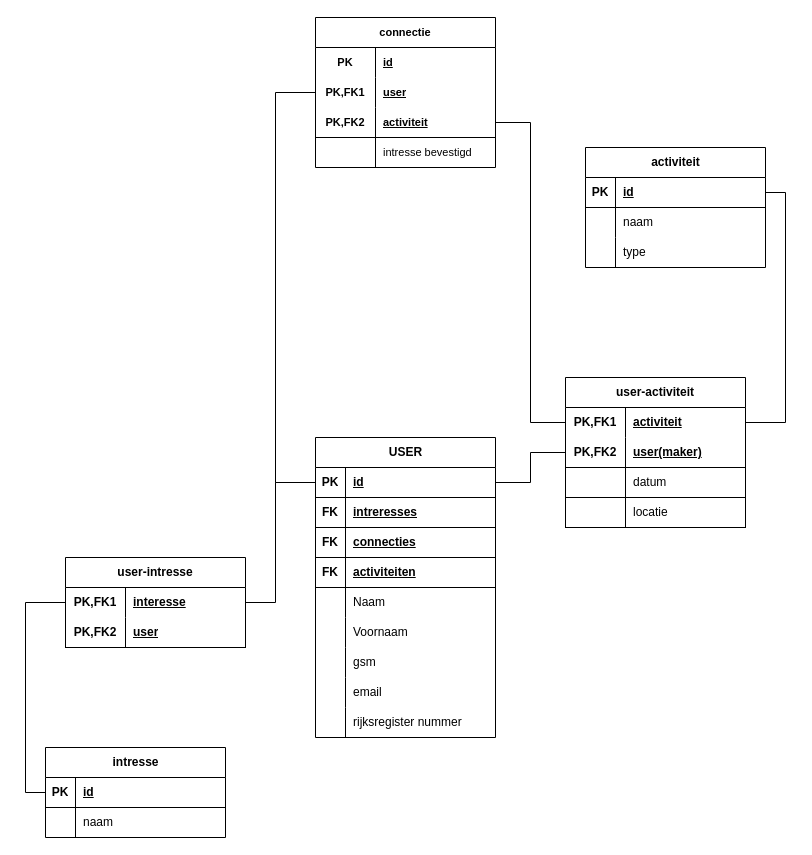
Earlier version of the draw.io diagram analysis/datamodel.drawio (UCLL-Full-stack/project2425-group6-15). Source tidied: cells renumbered, new cells numbered last; positions are measured from the earlier drawing's top-left corner, leaving out a move shared by most shapes. Both pictures are drawn from the tidied source at 100%, with x=0, y=0 at pixel (25, 17).
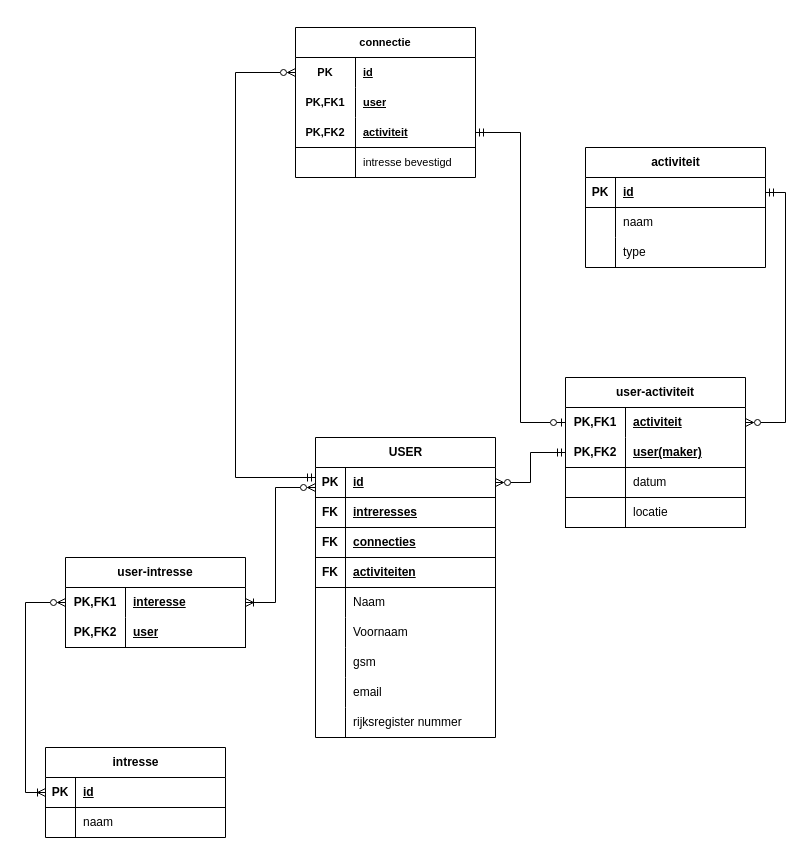
After the change.

Commit message:
datamodel relaties toegevoegd aan logish model

The change refers to these unchanged cells:
```xml
<mxCell id="3" style="shape=tableRow;horizontal=0;startSize=0;swimlaneHead=0;swimlaneBody=0;fillColor=none;points=[[0,0.5],[1,0.5]];portConstraint=eastwest;top=0;left=0;right=0;bottom=1;" parent="2" vertex="1">
  <mxGeometry y="30" width="180" height="30" as="geometry" />
</mxCell>
<mxCell id="31" style="shape=tableRow;horizontal=0;startSize=0;swimlaneHead=0;swimlaneBody=0;fillColor=none;points=[[0,0.5],[1,0.5]];portConstraint=eastwest;top=0;left=0;right=0;bottom=1;" parent="30" vertex="1">
  <mxGeometry y="30" width="180" height="30" as="geometry" />
</mxCell>
<mxCell id="41" value="intresse" style="shape=table;startSize=30;childLayout=tableLayout;rowLines=0;fontStyle=1;align=center;html=1;" parent="1" vertex="1">
  <mxGeometry x="20" y="730" width="180" height="90" as="geometry" />
</mxCell>
<mxCell id="49" style="shape=tableRow;horizontal=0;startSize=0;swimlaneHead=0;swimlaneBody=0;fillColor=none;points=[[0,0.5],[1,0.5]];portConstraint=eastwest;top=0;left=0;right=0;bottom=0;html=1;" parent="48" vertex="1">
  <mxGeometry y="30" width="180" height="30" as="geometry" />
</mxCell>
<mxCell id="57" style="shape=tableRow;horizontal=0;startSize=0;swimlaneHead=0;swimlaneBody=0;fillColor=none;points=[[0,0.5],[1,0.5]];portConstraint=eastwest;top=0;left=0;right=0;bottom=0;html=1;" parent="56" vertex="1">
  <mxGeometry y="30" width="180" height="30" as="geometry" />
</mxCell>
<mxCell id="60" style="shape=tableRow;horizontal=0;startSize=0;swimlaneHead=0;swimlaneBody=0;fillColor=none;points=[[0,0.5],[1,0.5]];portConstraint=eastwest;top=0;left=0;right=0;bottom=1;html=1;" parent="56" vertex="1">
  <mxGeometry y="60" width="180" height="30" as="geometry" />
</mxCell>
<mxCell id="72" style="shape=tableRow;horizontal=0;startSize=0;swimlaneHead=0;swimlaneBody=0;fillColor=none;points=[[0,0.5],[1,0.5]];portConstraint=eastwest;top=0;left=0;right=0;bottom=0;html=1;fontFamily=Helvetica;fontSize=11;fontColor=default;labelBackgroundColor=default;" parent="71" vertex="1">
  <mxGeometry y="30" width="180" height="30" as="geometry" />
</mxCell>
<mxCell id="75" style="shape=tableRow;horizontal=0;startSize=0;swimlaneHead=0;swimlaneBody=0;fillColor=none;points=[[0,0.5],[1,0.5]];portConstraint=eastwest;top=0;left=0;right=0;bottom=0;html=1;fontFamily=Helvetica;fontSize=11;fontColor=default;labelBackgroundColor=default;" parent="71" vertex="1">
  <mxGeometry y="60" width="180" height="30" as="geometry" />
</mxCell>
<mxCell id="78" style="shape=tableRow;horizontal=0;startSize=0;swimlaneHead=0;swimlaneBody=0;fillColor=none;points=[[0,0.5],[1,0.5]];portConstraint=eastwest;top=0;left=0;right=0;bottom=1;html=1;fontFamily=Helvetica;fontSize=11;fontColor=default;labelBackgroundColor=default;" parent="71" vertex="1">
  <mxGeometry y="90" width="180" height="30" as="geometry" />
</mxCell>
```

Change to the diagram source:
```diff
@@
-    <mxCell id="40" style="edgeStyle=orthogonalEdgeStyle;rounded=0;jettySize=auto;html=1;endArrow=none;endFill=0;" parent="1" edge="1" source="41" target="49">
+    <mxCell id="40" style="edgeStyle=orthogonalEdgeStyle;rounded=0;jettySize=auto;html=1;endArrow=ERzeroToMany;endFill=0;startArrow=ERoneToMany;startFill=0;" parent="1" edge="1" source="41" target="49">
       <mxGeometry relative="1" as="geometry">
         <Array as="points">
           <mxPoint y="775" />
           <mxPoint y="585" />
         </Array>
       </mxGeometry>
     </mxCell>
@@
-    <mxCell id="55" style="edgeStyle=orthogonalEdgeStyle;shape=connector;rounded=0;jettySize=auto;html=1;strokeColor=default;align=center;verticalAlign=middle;fontFamily=Helvetica;fontSize=11;fontColor=default;labelBackgroundColor=default;endArrow=none;endFill=0;" parent="1" edge="1" source="49" target="3">
+    <mxCell id="55" style="edgeStyle=orthogonalEdgeStyle;shape=connector;rounded=0;jettySize=auto;html=1;strokeColor=default;align=center;verticalAlign=middle;fontFamily=Helvetica;fontSize=11;fontColor=default;labelBackgroundColor=default;endArrow=ERzeroToMany;endFill=0;startArrow=ERoneToMany;startFill=0;" parent="1" edge="1" source="49" target="3">
       <mxGeometry relative="1" as="geometry">
         <Array as="points">
           <mxPoint x="250" y="585" />
-          <mxPoint x="250" y="465" />
+          <mxPoint x="250" y="470" />
         </Array>
       </mxGeometry>
     </mxCell>
@@
-    <mxCell id="69" style="edgeStyle=orthogonalEdgeStyle;shape=connector;rounded=0;jettySize=auto;html=1;strokeColor=default;align=center;verticalAlign=middle;fontFamily=Helvetica;fontSize=11;fontColor=default;labelBackgroundColor=default;endArrow=none;endFill=0;" parent="1" edge="1" source="60" target="3">
+    <mxCell id="69" style="edgeStyle=orthogonalEdgeStyle;shape=connector;rounded=0;jettySize=auto;html=1;strokeColor=default;align=center;verticalAlign=middle;fontFamily=Helvetica;fontSize=11;fontColor=default;labelBackgroundColor=default;endArrow=ERzeroToMany;endFill=0;startArrow=ERmandOne;startFill=0;" parent="1" edge="1" source="60" target="3">
       <mxGeometry relative="1" as="geometry" />
     </mxCell>
-    <mxCell id="70" style="edgeStyle=orthogonalEdgeStyle;shape=connector;rounded=0;jettySize=auto;html=1;entryX=1;entryY=0.5;entryDx=0;entryDy=0;strokeColor=default;align=center;verticalAlign=middle;fontFamily=Helvetica;fontSize=11;fontColor=default;labelBackgroundColor=default;endArrow=none;endFill=0;" parent="1" edge="1" source="57" target="31">
+    <mxCell id="70" style="edgeStyle=orthogonalEdgeStyle;shape=connector;rounded=0;jettySize=auto;html=1;entryX=1;entryY=0.5;entryDx=0;entryDy=0;strokeColor=default;align=center;verticalAlign=middle;fontFamily=Helvetica;fontSize=11;fontColor=default;labelBackgroundColor=default;endArrow=ERmandOne;endFill=0;startArrow=ERzeroToMany;startFill=0;" parent="1" edge="1" source="57" target="31">
       <mxGeometry relative="1" as="geometry" />
     </mxCell>
     <mxCell id="71" value="connectie" style="shape=table;startSize=30;childLayout=tableLayout;rowLines=0;fontStyle=1;align=center;html=1;whiteSpace=wrap;fontFamily=Helvetica;fontSize=11;fontColor=default;labelBackgroundColor=default;" parent="1" vertex="1">
-      <mxGeometry x="290" width="180" height="150" as="geometry" />
+      <mxGeometry x="270" y="10" width="180" height="150" as="geometry" />
     </mxCell>
@@
-    <mxCell id="84" style="edgeStyle=orthogonalEdgeStyle;shape=connector;rounded=0;jettySize=auto;html=1;strokeColor=default;align=center;verticalAlign=middle;fontFamily=Helvetica;fontSize=11;fontColor=default;labelBackgroundColor=default;endArrow=none;endFill=0;" parent="1" edge="1" source="75" target="3">
+    <mxCell id="84" style="edgeStyle=orthogonalEdgeStyle;shape=connector;rounded=0;jettySize=auto;html=1;strokeColor=default;align=center;verticalAlign=middle;fontFamily=Helvetica;fontSize=11;fontColor=default;labelBackgroundColor=default;endArrow=ERmandOne;endFill=0;startArrow=ERzeroToMany;startFill=0;" parent="1" edge="1" source="72" target="3">
       <mxGeometry relative="1" as="geometry">
         <Array as="points">
-          <mxPoint x="250" y="75" />
-          <mxPoint x="250" y="465" />
+          <mxPoint x="210" y="55" />
+          <mxPoint x="210" y="460" />
         </Array>
       </mxGeometry>
     </mxCell>
-    <mxCell id="85" style="edgeStyle=orthogonalEdgeStyle;shape=connector;rounded=0;jettySize=auto;html=1;strokeColor=default;align=center;verticalAlign=middle;fontFamily=Helvetica;fontSize=11;fontColor=default;labelBackgroundColor=default;endArrow=none;endFill=0;" parent="1" edge="1" source="78" target="57">
+    <mxCell id="85" style="edgeStyle=orthogonalEdgeStyle;shape=connector;rounded=0;jettySize=auto;html=1;strokeColor=default;align=center;verticalAlign=middle;fontFamily=Helvetica;fontSize=11;fontColor=default;labelBackgroundColor=default;endArrow=ERzeroToOne;endFill=0;startArrow=ERmandOne;startFill=0;" parent="1" edge="1" source="78" target="57">
       <mxGeometry relative="1" as="geometry" />
     </mxCell>
```
